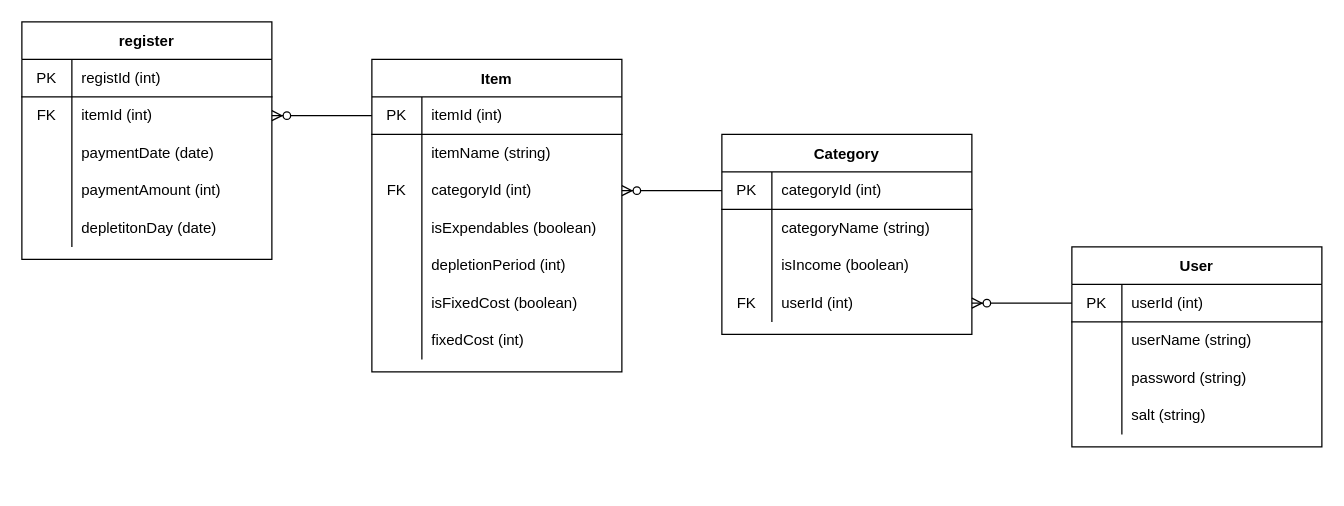
Earlier version of the draw.io diagram ER_diagram.drawio (jima-r20/money-management-app-backend). Source tidied: cells renumbered, new cells numbered last; positions are measured from the earlier drawing's top-left corner, leaving out a move shared by most shapes. Both pictures are drawn from the tidied source at 125%, with x=0, y=0 at pixel (21, 21).
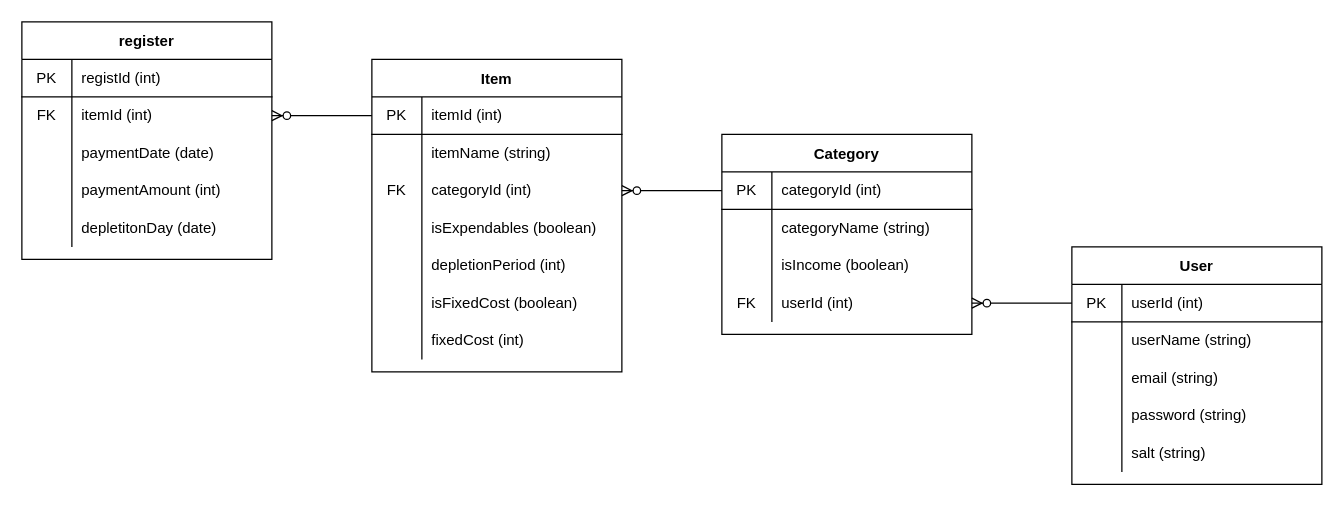
The same page after the edit.

Diff of the diagram source:
```diff
@@
     <mxCell id="2" value="User" style="shape=table;startSize=30;childLayout=tableLayout;rowLines=0;fontStyle=1;align=center;" parent="1" vertex="1">
-      <mxGeometry x="840" y="180" width="200" height="160" as="geometry" />
+      <mxGeometry x="840" y="180" width="200" height="190" as="geometry" />
     </mxCell>
@@
+    <mxCell id="69" style="shape=partialRectangle;html=1;whiteSpace=wrap;fillColor=none;top=0;left=0;bottom=0;right=0;" parent="2" vertex="1">
+      <mxGeometry y="90" width="200" height="30" as="geometry" />
+    </mxCell>
+    <mxCell id="70" style="shape=partialRectangle;html=1;whiteSpace=wrap;fillColor=none;top=0;left=0;bottom=0;right=0;overflow=hidden;" parent="69" vertex="1">
+      <mxGeometry width="40" height="30" as="geometry" />
+    </mxCell>
+    <mxCell id="71" value="email (string)" style="shape=partialRectangle;html=1;whiteSpace=wrap;fillColor=none;top=0;left=0;bottom=0;right=0;align=left;spacingLeft=6;overflow=hidden;" parent="69" vertex="1">
+      <mxGeometry x="40" width="160" height="30" as="geometry" />
+    </mxCell>
     <mxCell id="9" style="shape=partialRectangle;html=1;whiteSpace=wrap;fillColor=none;top=0;left=0;bottom=0;right=0;" parent="2" vertex="1">
-      <mxGeometry y="90" width="200" height="30" as="geometry" />
+      <mxGeometry y="120" width="200" height="30" as="geometry" />
     </mxCell>
@@
     <mxCell id="12" style="shape=partialRectangle;html=1;whiteSpace=wrap;fillColor=none;top=0;left=0;bottom=0;right=0;" parent="2" vertex="1">
-      <mxGeometry y="120" width="200" height="30" as="geometry" />
+      <mxGeometry y="150" width="200" height="30" as="geometry" />
     </mxCell>
```
